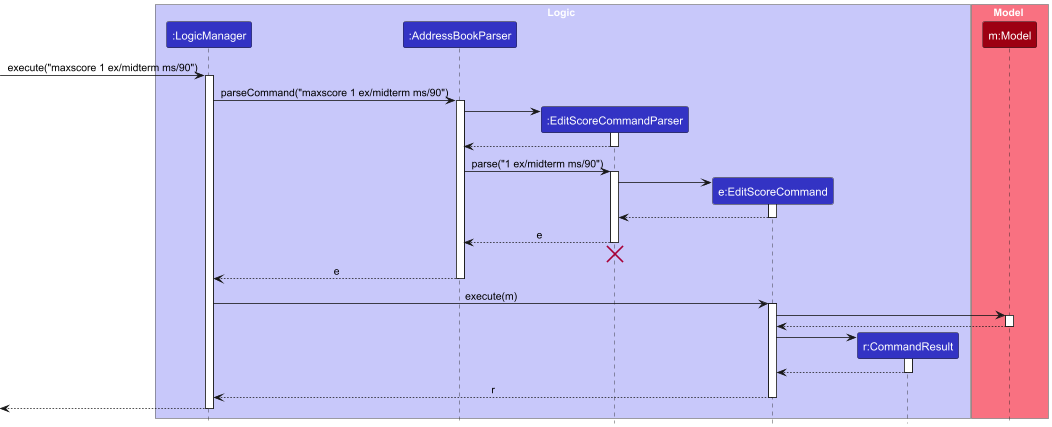
yoyongxuan/tp keeps this PlantUML diagram as docs/images/EditScoreCommandSequenceDiagram-Logic.png. Above is the earlier version.
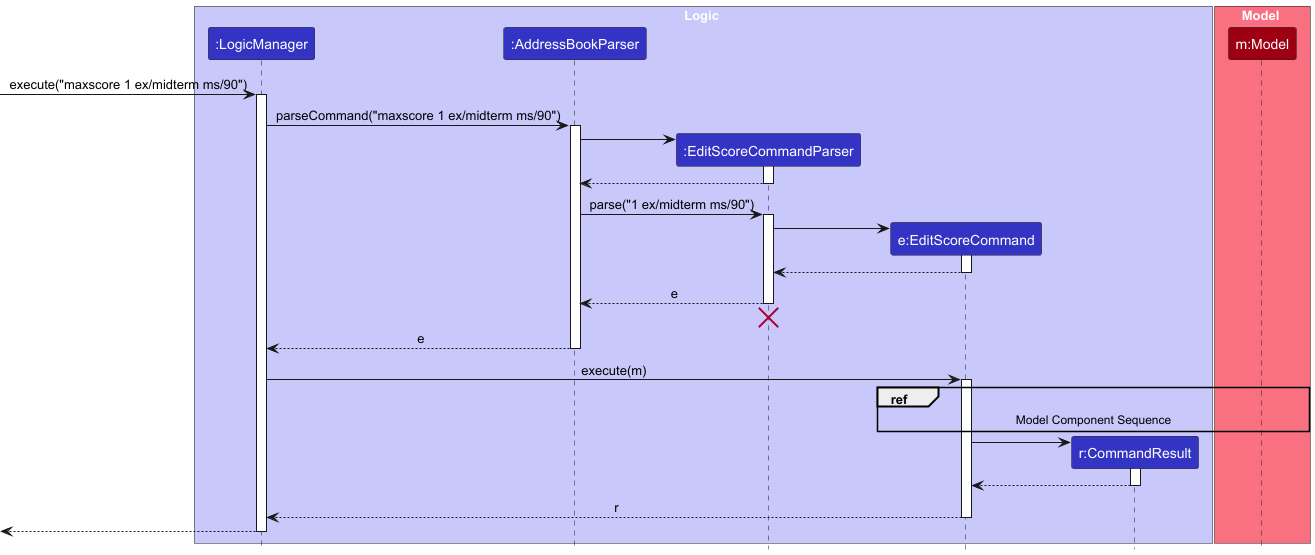
Above is the later version.

Commit message:
Update UML diagrams for EditScoreCommand

What changed in the source:
```diff
@@ -48,11 +48,7 @@
 LogicManager -> EditScoreCommand : execute(m)
 activate EditScoreCommand
 
-EditScoreCommand -> Model
-activate Model
-
-Model --> EditScoreCommand
-deactivate Model
+ref over EditScoreCommand, Model : Model Component Sequence
 
 create CommandResult
 EditScoreCommand -> CommandResult
```
